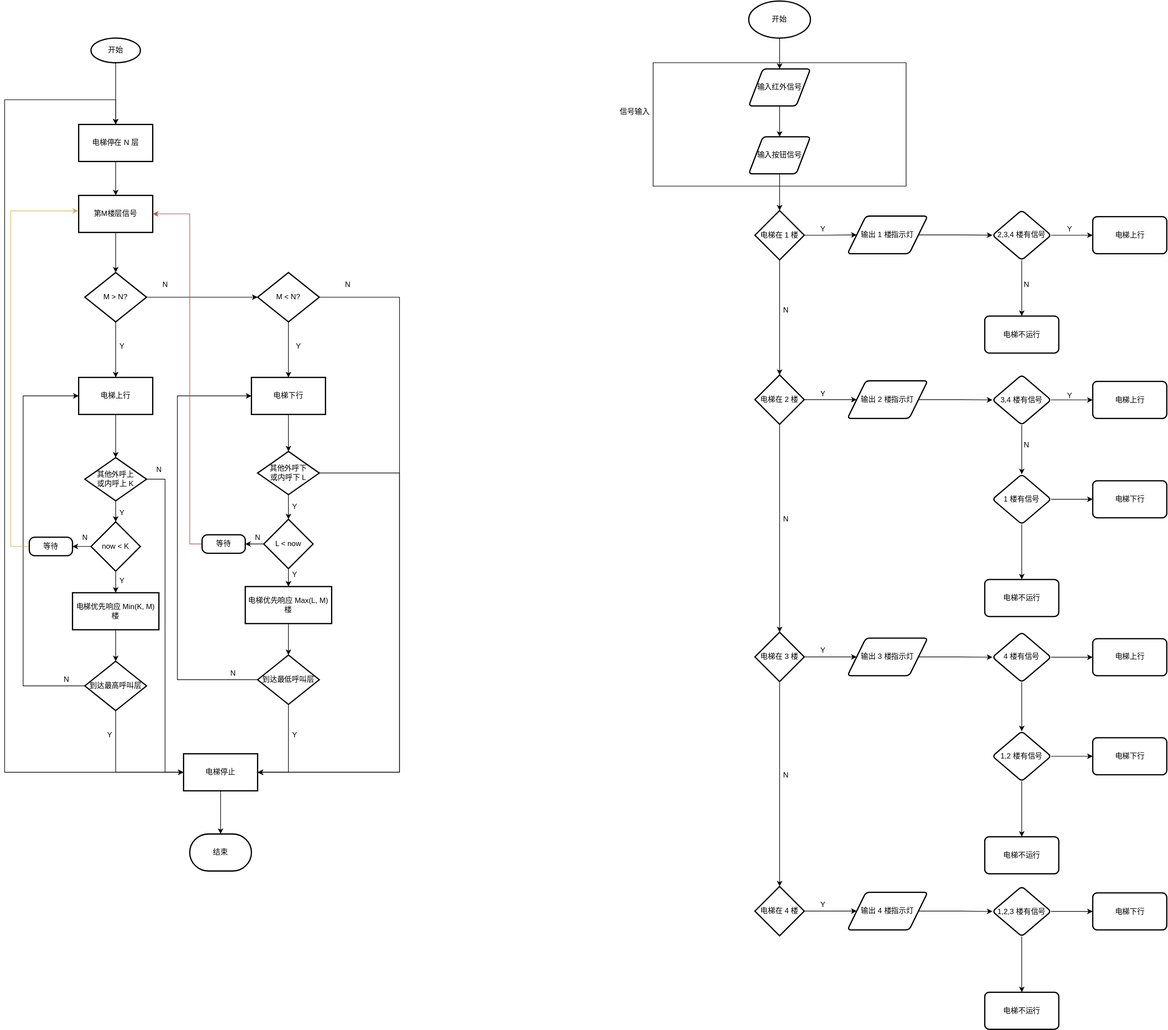
The draw.io diagram Draw.io/PLC控制四层电梯程序流程图.drawio.svg in InoryLwc/ConfigRepo, before a commit. Source tidied: cells renumbered, new cells last; positions are measured from the earlier drawing's top-left corner, leaving out a move shared by most shapes.
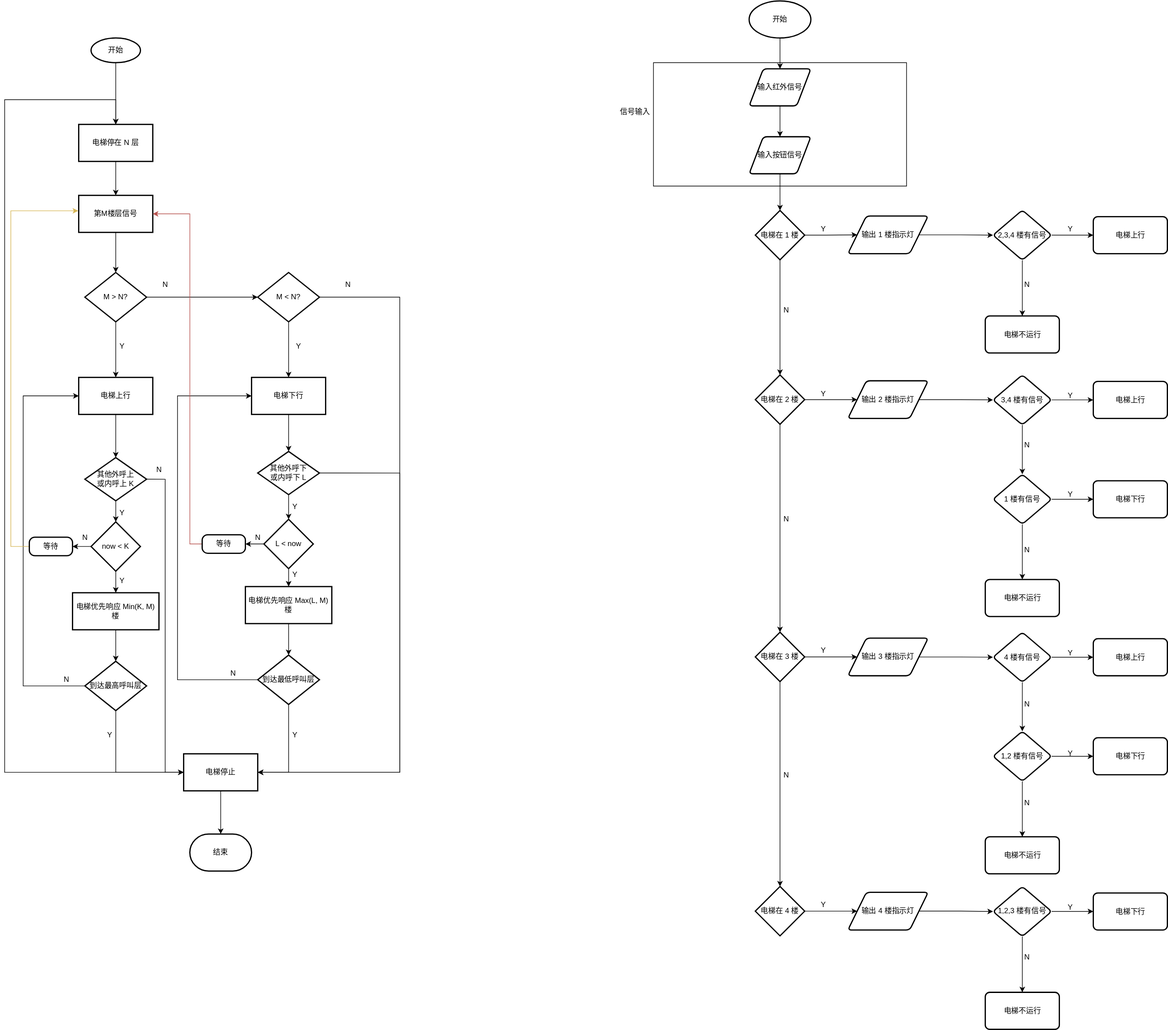
Later version of the same file.

Commit message:
更新PLC控制四层电梯程序流程图.drawio.svg

Diff of the diagram source:
```diff
@@ -428,5 +428,29 @@
     <mxCell id="128" value="电梯下行" style="whiteSpace=wrap;html=1;strokeWidth=2;rounded=1;arcSize=12;" parent="1" vertex="1">
       <mxGeometry x="1763.5" y="1194" width="120" height="60" as="geometry" />
     </mxCell>
+    <mxCell id="129" value="Y" style="text;html=1;align=center;verticalAlign=middle;strokeColor=none;fillColor=none;" parent="1" vertex="1">
+      <mxGeometry x="1716" y="790" width="20" height="20" as="geometry" />
+    </mxCell>
+    <mxCell id="130" value="N" style="text;html=1;align=center;verticalAlign=middle;strokeColor=none;fillColor=none;" parent="1" vertex="1">
+      <mxGeometry x="1646" y="880" width="20" height="20" as="geometry" />
+    </mxCell>
+    <mxCell id="131" value="Y" style="text;html=1;align=center;verticalAlign=middle;strokeColor=none;fillColor=none;" parent="1" vertex="1">
+      <mxGeometry x="1716" y="1047" width="20" height="20" as="geometry" />
+    </mxCell>
+    <mxCell id="132" value="N" style="text;html=1;align=center;verticalAlign=middle;strokeColor=none;fillColor=none;" parent="1" vertex="1">
+      <mxGeometry x="1646" y="1130" width="20" height="20" as="geometry" />
+    </mxCell>
+    <mxCell id="133" value="Y" style="text;html=1;align=center;verticalAlign=middle;strokeColor=none;fillColor=none;" parent="1" vertex="1">
+      <mxGeometry x="1716" y="1210" width="20" height="20" as="geometry" />
+    </mxCell>
+    <mxCell id="134" value="N" style="text;html=1;align=center;verticalAlign=middle;strokeColor=none;fillColor=none;" parent="1" vertex="1">
+      <mxGeometry x="1646" y="1290" width="20" height="20" as="geometry" />
+    </mxCell>
+    <mxCell id="135" value="Y" style="text;html=1;align=center;verticalAlign=middle;strokeColor=none;fillColor=none;" parent="1" vertex="1">
+      <mxGeometry x="1716" y="1459" width="20" height="20" as="geometry" />
+    </mxCell>
+    <mxCell id="136" value="N" style="text;html=1;align=center;verticalAlign=middle;strokeColor=none;fillColor=none;" parent="1" vertex="1">
+      <mxGeometry x="1646" y="1540" width="20" height="20" as="geometry" />
+    </mxCell>
   </root>
 </mxGraphModel>
```
